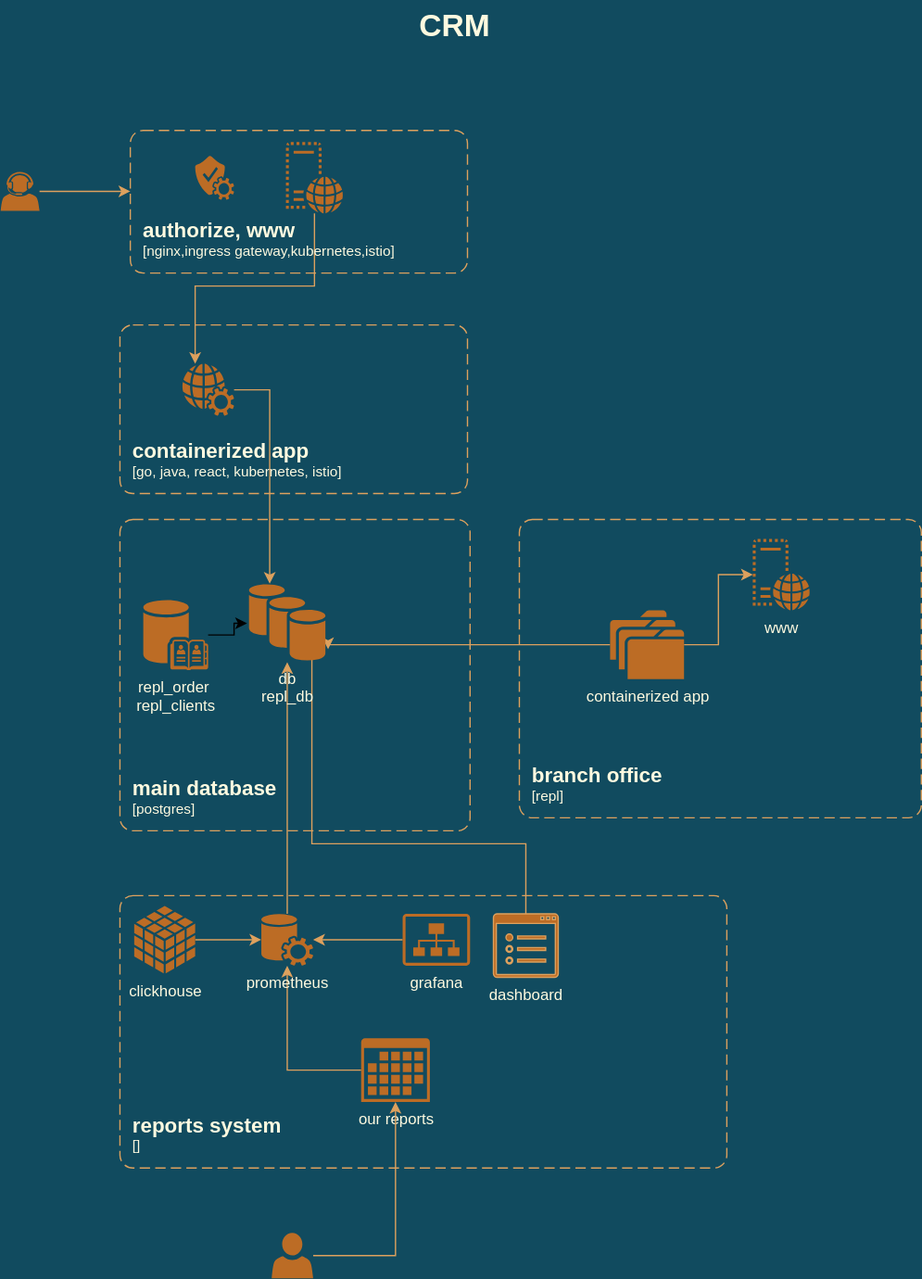
theotheo46/gb keeps this draw.io diagram as arch_schem.svg. Above is the earlier version. Source tidied: cells renumbered, new cells last; positions are measured from the earlier drawing's top-left corner, leaving out a move shared by most shapes.
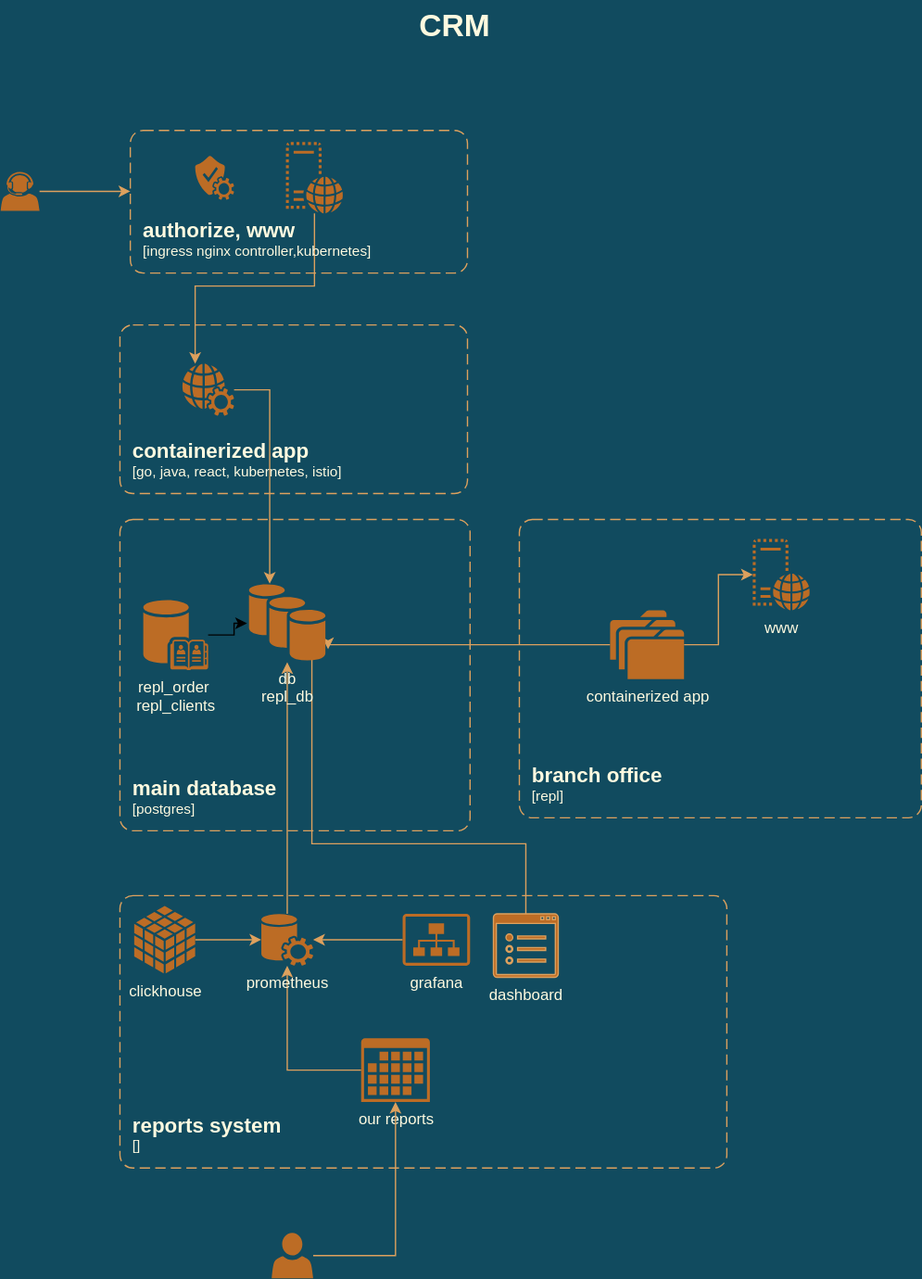
Later version of the same file.

Commit message:
domain model is fixed

What changed in the source:
```diff
@@ -60,7 +60,7 @@
     <mxCell id="16" style="sketch=0;shadow=0;dashed=0;html=1;strokeColor=none;fillColor=#BC6C25;labelPosition=center;verticalLabelPosition=bottom;verticalAlign=top;outlineConnect=0;align=center;shape=mxgraph.office.users.call_center_agent;fontColor=#FEFAE0;" parent="1" vertex="1">
       <mxGeometry y="132" width="30" height="30" as="geometry" />
     </mxCell>
-    <object id="17" label="&lt;font style=&quot;font-size: 16px&quot;&gt;&lt;b&gt;&lt;div style=&quot;text-align: left&quot;&gt;%c4Name%&lt;/div&gt;&lt;/b&gt;&lt;/font&gt;&lt;div style=&quot;text-align: left&quot;&gt;[%c4Application%]&lt;/div&gt;" c4Application="nginx,ingress gateway,kubernetes,istio" c4Name="authorize, www" c4Type="SystemScopeBoundary" placeholders="1">
+    <object id="17" label="&lt;font style=&quot;font-size: 16px&quot;&gt;&lt;b&gt;&lt;div style=&quot;text-align: left&quot;&gt;%c4Name%&lt;/div&gt;&lt;/b&gt;&lt;/font&gt;&lt;div style=&quot;text-align: left&quot;&gt;[%c4Application%]&lt;/div&gt;" c4Application="ingress nginx controller,kubernetes" c4Name="authorize, www" c4Type="SystemScopeBoundary" placeholders="1">
       <mxCell style="rounded=1;fontSize=11;whiteSpace=wrap;html=1;dashed=1;arcSize=20;fillColor=none;strokeColor=#DDA15E;fontColor=#FEFAE0;labelBackgroundColor=none;align=left;verticalAlign=bottom;labelBorderColor=none;spacingTop=0;spacing=10;dashPattern=8 4;perimeter=rectanglePerimeter;noLabel=0;labelPadding=0;absoluteArcSize=1;" parent="1" vertex="1">
         <mxGeometry x="100" y="100" width="260" height="110" as="geometry" />
       </mxCell>
```
